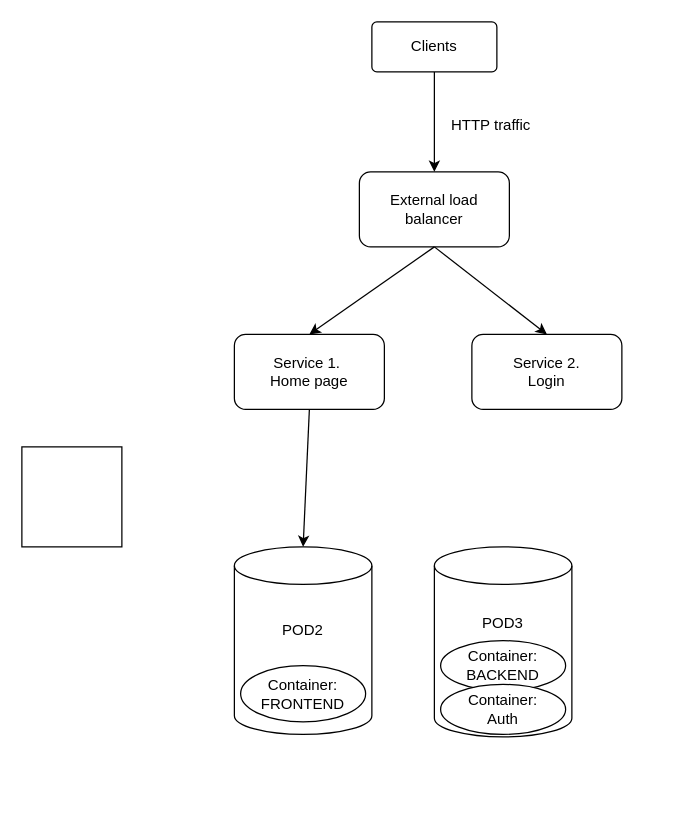
Above: part3/3.11/pics/Nimetön kaavio.drawio in flyingstick22/DevOps-with-Docker (draw.io), before the change. Source tidied: cells renumbered, new cells numbered last; positions are measured from the earlier drawing's top-left corner, leaving out a move shared by most shapes. Both pictures are drawn from the tidied source at 125%, with x=0, y=0 at pixel (21, 21).
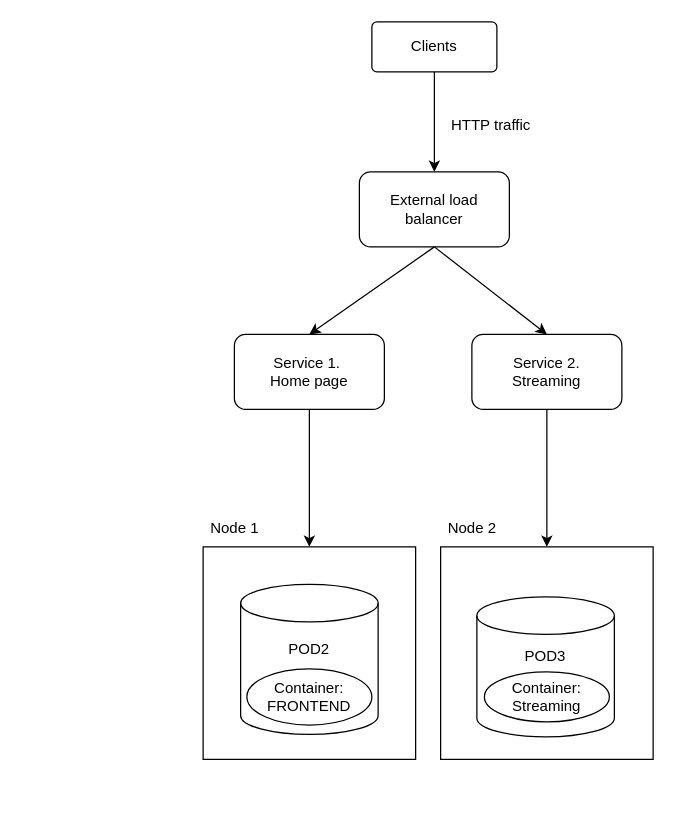
Above is the later version.

The change refers to these unchanged cells:
```xml
<mxCell id="9" value="Service 1.&amp;nbsp;&lt;br&gt;Home page" style="rounded=1;whiteSpace=wrap;html=1;" parent="1" vertex="1">
  <mxGeometry x="170" y="250" width="120" height="60" as="geometry" />
</mxCell>
```

Change to the diagram source:
```diff
@@
     <mxCell id="6" value="POD2&lt;br&gt;&lt;br&gt;&lt;br&gt;&lt;br&gt;" style="shape=cylinder3;whiteSpace=wrap;html=1;boundedLbl=1;backgroundOutline=1;size=15;" parent="1" vertex="1">
-      <mxGeometry x="170" y="420" width="110" height="150" as="geometry" />
+      <mxGeometry x="175" y="450" width="110" height="120" as="geometry" />
     </mxCell>
@@
-    <mxCell id="10" value="POD3&lt;br&gt;&lt;br&gt;&lt;br&gt;&lt;br&gt;&lt;br&gt;" style="shape=cylinder3;whiteSpace=wrap;html=1;boundedLbl=1;backgroundOutline=1;size=15;" parent="1" vertex="1">
-      <mxGeometry x="330" y="420" width="110" height="152" as="geometry" />
+    <mxCell id="10" value="POD3&lt;br&gt;&lt;br&gt;&lt;br&gt;&lt;br&gt;" style="shape=cylinder3;whiteSpace=wrap;html=1;boundedLbl=1;backgroundOutline=1;size=15;" parent="1" vertex="1">
+      <mxGeometry x="364" y="460" width="110" height="112" as="geometry" />
     </mxCell>
     <mxCell id="11" value="Container:&lt;br&gt;FRONTEND" style="ellipse;whiteSpace=wrap;html=1;align=center;newEdgeStyle={&quot;edgeStyle&quot;:&quot;entityRelationEdgeStyle&quot;,&quot;startArrow&quot;:&quot;none&quot;,&quot;endArrow&quot;:&quot;none&quot;,&quot;segment&quot;:10,&quot;curved&quot;:1,&quot;sourcePerimeterSpacing&quot;:0,&quot;targetPerimeterSpacing&quot;:0};" parent="1" vertex="1">
-      <mxGeometry x="175" y="515" width="100" height="45" as="geometry" />
+      <mxGeometry x="180" y="517.5" width="100" height="45" as="geometry" />
     </mxCell>
-    <mxCell id="12" value="Container:&lt;br&gt;BACKEND" style="ellipse;whiteSpace=wrap;html=1;align=center;newEdgeStyle={&quot;edgeStyle&quot;:&quot;entityRelationEdgeStyle&quot;,&quot;startArrow&quot;:&quot;none&quot;,&quot;endArrow&quot;:&quot;none&quot;,&quot;segment&quot;:10,&quot;curved&quot;:1,&quot;sourcePerimeterSpacing&quot;:0,&quot;targetPerimeterSpacing&quot;:0};" parent="1" vertex="1">
-      <mxGeometry x="335" y="495" width="100" height="40" as="geometry" />
+    <mxCell id="12" value="Container:&lt;br&gt;Streaming" style="ellipse;whiteSpace=wrap;html=1;align=center;newEdgeStyle={&quot;edgeStyle&quot;:&quot;entityRelationEdgeStyle&quot;,&quot;startArrow&quot;:&quot;none&quot;,&quot;endArrow&quot;:&quot;none&quot;,&quot;segment&quot;:10,&quot;curved&quot;:1,&quot;sourcePerimeterSpacing&quot;:0,&quot;targetPerimeterSpacing&quot;:0};" parent="1" vertex="1">
+      <mxGeometry x="370" y="520" width="100" height="40" as="geometry" />
     </mxCell>
-    <mxCell id="13" style="whiteSpace=wrap;html=1;" parent="1" vertex="1">
-      <mxGeometry y="340" width="80" height="80" as="geometry" />
-    </mxCell>
-    <mxCell id="14" style="endArrow=classic;html=1;rounded=0;exitX=0.5;exitY=1;exitDx=0;exitDy=0;entryX=0.5;entryY=0;entryDx=0;entryDy=0;entryPerimeter=0;" parent="1" edge="1" source="9" target="6">
+    <mxCell id="14" style="endArrow=classic;html=1;rounded=0;exitX=0.5;exitY=1;exitDx=0;exitDy=0;entryX=0.5;entryY=0;entryDx=0;entryDy=0;" parent="1" edge="1" source="9" target="18">
       <mxGeometry relative="1" as="geometry" />
     </mxCell>
-    <mxCell id="15" value="Service 2.&lt;br&gt;Login" style="rounded=1;whiteSpace=wrap;html=1;" parent="1" vertex="1">
+    <mxCell id="15" value="Service 2.&lt;br&gt;Streaming" style="rounded=1;whiteSpace=wrap;html=1;" parent="1" vertex="1">
       <mxGeometry x="360" y="250" width="120" height="60" as="geometry" />
     </mxCell>
-    <mxCell id="16" value="Container:&lt;br&gt;Auth" style="ellipse;whiteSpace=wrap;html=1;align=center;newEdgeStyle={&quot;edgeStyle&quot;:&quot;entityRelationEdgeStyle&quot;,&quot;startArrow&quot;:&quot;none&quot;,&quot;endArrow&quot;:&quot;none&quot;,&quot;segment&quot;:10,&quot;curved&quot;:1,&quot;sourcePerimeterSpacing&quot;:0,&quot;targetPerimeterSpacing&quot;:0};" parent="1" vertex="1">
-      <mxGeometry x="335" y="530" width="100" height="40" as="geometry" />
-    </mxCell>
@@
+    <mxCell id="18" style="rounded=0;whiteSpace=wrap;html=1;fillColor=none;" parent="1" vertex="1">
+      <mxGeometry x="145" y="420" width="170" height="170" as="geometry" />
+    </mxCell>
+    <mxCell id="19" style="endArrow=classic;html=1;rounded=0;exitX=0.5;exitY=1;exitDx=0;exitDy=0;entryX=0.5;entryY=0;entryDx=0;entryDy=0;entryPerimeter=0;" parent="1" edge="1" source="15" target="20">
+      <mxGeometry relative="1" as="geometry" />
+    </mxCell>
+    <mxCell id="20" style="rounded=0;whiteSpace=wrap;html=1;fillColor=none;" parent="1" vertex="1">
+      <mxGeometry x="335" y="420" width="170" height="170" as="geometry" />
+    </mxCell>
+    <mxCell id="21" value="Node 1" style="text;html=1;align=center;verticalAlign=middle;strokeColor=none;fillColor=none;" parent="1" vertex="1">
+      <mxGeometry x="140" y="390" width="60" height="30" as="geometry" />
+    </mxCell>
+    <mxCell id="22" value="Node 2" style="text;html=1;align=center;verticalAlign=middle;strokeColor=none;fillColor=none;" parent="1" vertex="1">
+      <mxGeometry x="330" y="390" width="60" height="30" as="geometry" />
+    </mxCell>
```
